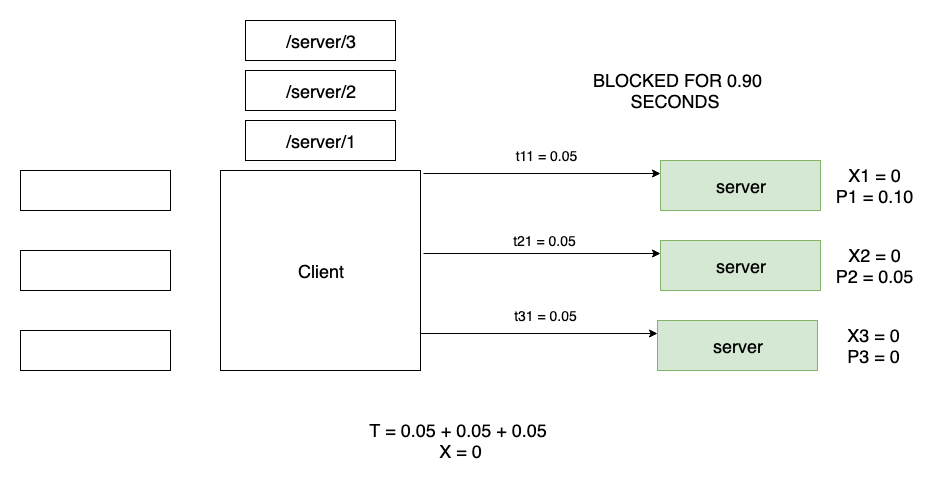
This is decks/grequests-https-talk/images/python-grequests-flow-4.png from saurabh-hirani/slides, a draw.io export, as it was before one commit. Source tidied: cells renumbered, new cells last; positions are measured from the earlier drawing's top-left corner, leaving out a move shared by most shapes. Source of this version:
```xml
<mxGraphModel>
  <root>
    <mxCell id="0" />
    <mxCell id="1" parent="0" />
    <mxCell id="2" style="rounded=0;whiteSpace=wrap;html=1;" parent="1" vertex="1">
      <mxGeometry y="150" width="150" height="40" as="geometry" />
    </mxCell>
    <mxCell id="3" style="rounded=0;whiteSpace=wrap;html=1;" parent="1" vertex="1">
      <mxGeometry y="230" width="150" height="40" as="geometry" />
    </mxCell>
    <mxCell id="4" style="rounded=0;whiteSpace=wrap;html=1;" parent="1" vertex="1">
      <mxGeometry y="310" width="150" height="40" as="geometry" />
    </mxCell>
    <mxCell id="5" value="&lt;font style=&quot;font-size: 18px&quot;&gt;Client&lt;/font&gt;" style="whiteSpace=wrap;html=1;" parent="1" vertex="1">
      <mxGeometry x="200" y="150" width="200" height="200" as="geometry" />
    </mxCell>
    <mxCell id="6" style="edgeStyle=orthogonalEdgeStyle;rounded=0;jettySize=auto;html=1;exitX=1.015;exitY=0.015;exitDx=0;exitDy=0;entryX=0;entryY=0.25;entryDx=0;entryDy=0;exitPerimeter=0;" parent="1" edge="1" source="5" target="7">
      <mxGeometry relative="1" as="geometry" />
    </mxCell>
    <mxCell id="7" value="&lt;span style=&quot;white-space: normal&quot;&gt;&lt;font style=&quot;font-size: 18px&quot;&gt;server&lt;br&gt;&lt;/font&gt;&lt;/span&gt;" style="rounded=0;whiteSpace=wrap;html=1;fillColor=#d5e8d4;strokeColor=#82b366;" parent="1" vertex="1">
      <mxGeometry x="640" y="140" width="160" height="50" as="geometry" />
    </mxCell>
    <object id="8" label="&lt;font style=&quot;font-size: 18px&quot;&gt;T = 0.05 + 0.05 + 0.05&amp;nbsp;&lt;br&gt;X = 0&lt;br&gt;&lt;/font&gt;" name="Variable" placeholders="1">
      <mxCell style="text;html=1;strokeColor=none;fillColor=none;align=center;verticalAlign=middle;whiteSpace=wrap;overflow=hidden;" parent="1" vertex="1">
        <mxGeometry y="390" width="880" height="60" as="geometry" />
      </mxCell>
    </object>
    <mxCell id="9" style="edgeStyle=orthogonalEdgeStyle;rounded=0;jettySize=auto;html=1;exitX=1.015;exitY=0.015;exitDx=0;exitDy=0;entryX=0;entryY=0.25;entryDx=0;entryDy=0;exitPerimeter=0;" parent="1" edge="1" target="10">
      <mxGeometry relative="1" as="geometry">
        <mxPoint x="403" y="233" as="sourcePoint" />
      </mxGeometry>
    </mxCell>
    <mxCell id="10" value="&lt;span style=&quot;white-space: normal&quot;&gt;&lt;font style=&quot;font-size: 18px&quot;&gt;server&lt;br&gt;&lt;/font&gt;&lt;/span&gt;" style="rounded=0;whiteSpace=wrap;html=1;fillColor=#d5e8d4;strokeColor=#82b366;" parent="1" vertex="1">
      <mxGeometry x="640" y="220" width="160" height="50" as="geometry" />
    </mxCell>
    <mxCell id="11" style="edgeStyle=orthogonalEdgeStyle;rounded=0;jettySize=auto;html=1;exitX=1.015;exitY=0.015;exitDx=0;exitDy=0;entryX=0;entryY=0.25;entryDx=0;entryDy=0;exitPerimeter=0;" parent="1" edge="1" target="12">
      <mxGeometry relative="1" as="geometry">
        <mxPoint x="400" y="313" as="sourcePoint" />
      </mxGeometry>
    </mxCell>
    <mxCell id="12" value="&lt;span style=&quot;white-space: normal&quot;&gt;&lt;font style=&quot;font-size: 18px&quot;&gt;server&lt;br&gt;&lt;/font&gt;&lt;/span&gt;" style="rounded=0;whiteSpace=wrap;html=1;fillColor=#d5e8d4;strokeColor=#82b366;" parent="1" vertex="1">
      <mxGeometry x="637" y="300" width="160" height="50" as="geometry" />
    </mxCell>
    <mxCell id="13" value="&lt;span style=&quot;font-size: 18px ; white-space: normal&quot;&gt;/server/1&lt;/span&gt;" style="rounded=0;whiteSpace=wrap;html=1;" parent="1" vertex="1">
      <mxGeometry x="225" y="100" width="150" height="40" as="geometry" />
    </mxCell>
    <mxCell id="14" value="&lt;span style=&quot;font-size: 18px ; white-space: normal&quot;&gt;/server/2&lt;/span&gt;" style="rounded=0;whiteSpace=wrap;html=1;" parent="1" vertex="1">
      <mxGeometry x="225" y="50" width="150" height="40" as="geometry" />
    </mxCell>
    <mxCell id="15" value="&lt;span style=&quot;font-size: 18px ; white-space: normal&quot;&gt;/server/3&lt;/span&gt;" style="rounded=0;whiteSpace=wrap;html=1;" parent="1" vertex="1">
      <mxGeometry x="225" width="150" height="40" as="geometry" />
    </mxCell>
    <object id="16" label="&lt;font style=&quot;font-size: 14px&quot;&gt;t11 = 0.05&lt;/font&gt;" name="Variable" placeholders="1">
      <mxCell style="text;html=1;strokeColor=none;fillColor=none;align=center;verticalAlign=middle;whiteSpace=wrap;overflow=hidden;" parent="1" vertex="1">
        <mxGeometry x="480" y="120" width="90" height="30" as="geometry" />
      </mxCell>
    </object>
    <object id="17" label="&lt;font style=&quot;font-size: 14px&quot;&gt;t21 = 0.05&lt;/font&gt;" name="Variable" placeholders="1">
      <mxCell style="text;html=1;strokeColor=none;fillColor=none;align=center;verticalAlign=middle;whiteSpace=wrap;overflow=hidden;" parent="1" vertex="1">
        <mxGeometry x="479" y="205" width="90" height="30" as="geometry" />
      </mxCell>
    </object>
    <object id="18" label="&lt;font style=&quot;font-size: 14px&quot;&gt;t31 = 0.05&lt;/font&gt;" name="Variable" placeholders="1">
      <mxCell style="text;html=1;strokeColor=none;fillColor=none;align=center;verticalAlign=middle;whiteSpace=wrap;overflow=hidden;" parent="1" vertex="1">
        <mxGeometry x="480" y="280" width="90" height="30" as="geometry" />
      </mxCell>
    </object>
    <object id="19" label="&lt;font style=&quot;font-size: 18px&quot;&gt;X1 = 0&lt;br&gt;P1 = 0.10&lt;/font&gt;" name="Variable" placeholders="1">
      <mxCell style="text;html=1;strokeColor=none;fillColor=none;align=center;verticalAlign=middle;whiteSpace=wrap;overflow=hidden;" parent="1" vertex="1">
        <mxGeometry x="806" y="140" width="94" height="50" as="geometry" />
      </mxCell>
    </object>
    <object id="20" label="&lt;font style=&quot;font-size: 18px&quot;&gt;X2 = 0&lt;br&gt;P2 = 0.05&lt;/font&gt;" name="Variable" placeholders="1">
      <mxCell style="text;html=1;strokeColor=none;fillColor=none;align=center;verticalAlign=middle;whiteSpace=wrap;overflow=hidden;" parent="1" vertex="1">
        <mxGeometry x="806" y="220" width="94" height="50" as="geometry" />
      </mxCell>
    </object>
    <object id="21" label="&lt;font style=&quot;font-size: 18px&quot;&gt;X3 = 0&lt;br&gt;P3 = 0&lt;/font&gt;" name="Variable" placeholders="1">
      <mxCell style="text;html=1;strokeColor=none;fillColor=none;align=center;verticalAlign=middle;whiteSpace=wrap;overflow=hidden;" parent="1" vertex="1">
        <mxGeometry x="806" y="300" width="94" height="50" as="geometry" />
      </mxCell>
    </object>
    <object id="22" label="&lt;font style=&quot;font-size: 18px&quot;&gt;&amp;nbsp;BLOCKED FOR 0.90 SECONDS&lt;/font&gt;" name="Variable" placeholders="1">
      <mxCell style="text;html=1;strokeColor=none;fillColor=none;align=center;verticalAlign=middle;whiteSpace=wrap;overflow=hidden;" parent="1" vertex="1">
        <mxGeometry x="560" y="35" width="190" height="70" as="geometry" />
      </mxCell>
    </object>
  </root>
</mxGraphModel>
```
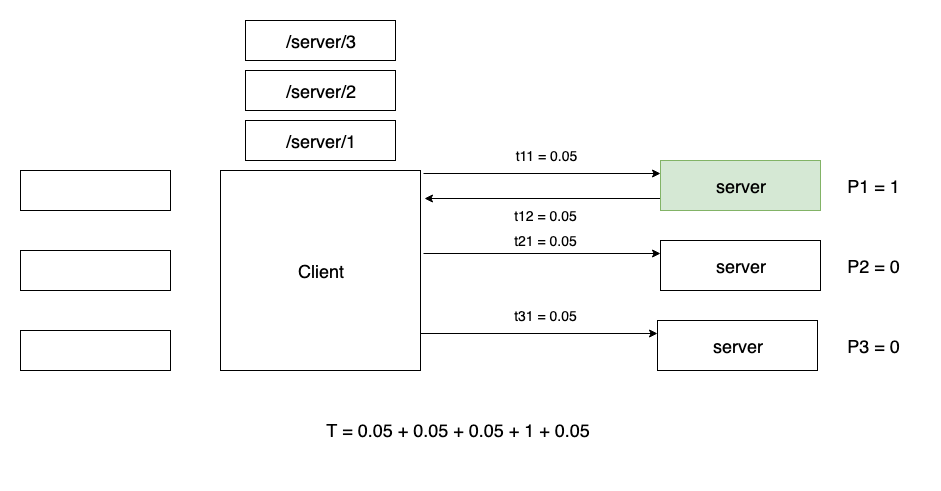
The same diagram one commit later.

What changed in the source:
```diff
@@ -17,10 +17,13 @@
     <mxCell id="6" style="edgeStyle=orthogonalEdgeStyle;rounded=0;jettySize=auto;html=1;exitX=1.015;exitY=0.015;exitDx=0;exitDy=0;entryX=0;entryY=0.25;entryDx=0;entryDy=0;exitPerimeter=0;" parent="1" edge="1" source="5" target="7">
       <mxGeometry relative="1" as="geometry" />
     </mxCell>
+    <mxCell id="23" style="edgeStyle=orthogonalEdgeStyle;rounded=0;jettySize=auto;html=1;exitX=0;exitY=0.75;exitDx=0;exitDy=0;entryX=1.02;entryY=0.14;entryDx=0;entryDy=0;entryPerimeter=0;" parent="1" edge="1" source="7" target="5">
+      <mxGeometry relative="1" as="geometry" />
+    </mxCell>
     <mxCell id="7" value="&lt;span style=&quot;white-space: normal&quot;&gt;&lt;font style=&quot;font-size: 18px&quot;&gt;server&lt;br&gt;&lt;/font&gt;&lt;/span&gt;" style="rounded=0;whiteSpace=wrap;html=1;fillColor=#d5e8d4;strokeColor=#82b366;" parent="1" vertex="1">
       <mxGeometry x="640" y="140" width="160" height="50" as="geometry" />
     </mxCell>
-    <object id="8" label="&lt;font style=&quot;font-size: 18px&quot;&gt;T = 0.05 + 0.05 + 0.05&amp;nbsp;&lt;br&gt;X = 0&lt;br&gt;&lt;/font&gt;" name="Variable" placeholders="1">
+    <object id="8" label="&lt;font style=&quot;font-size: 18px&quot;&gt;T = 0.05 + 0.05 + 0.05 + 1 + 0.05&amp;nbsp;&lt;br&gt;&lt;br&gt;&lt;/font&gt;" name="Variable" placeholders="1">
       <mxCell style="text;html=1;strokeColor=none;fillColor=none;align=center;verticalAlign=middle;whiteSpace=wrap;overflow=hidden;" parent="1" vertex="1">
         <mxGeometry y="390" width="880" height="60" as="geometry" />
       </mxCell>
@@ -30,7 +33,7 @@
         <mxPoint x="403" y="233" as="sourcePoint" />
       </mxGeometry>
     </mxCell>
-    <mxCell id="10" value="&lt;span style=&quot;white-space: normal&quot;&gt;&lt;font style=&quot;font-size: 18px&quot;&gt;server&lt;br&gt;&lt;/font&gt;&lt;/span&gt;" style="rounded=0;whiteSpace=wrap;html=1;fillColor=#d5e8d4;strokeColor=#82b366;" parent="1" vertex="1">
+    <mxCell id="10" value="&lt;span style=&quot;white-space: normal&quot;&gt;&lt;font style=&quot;font-size: 18px&quot;&gt;server&lt;br&gt;&lt;/font&gt;&lt;/span&gt;" style="rounded=0;whiteSpace=wrap;html=1;" parent="1" vertex="1">
       <mxGeometry x="640" y="220" width="160" height="50" as="geometry" />
     </mxCell>
     <mxCell id="11" style="edgeStyle=orthogonalEdgeStyle;rounded=0;jettySize=auto;html=1;exitX=1.015;exitY=0.015;exitDx=0;exitDy=0;entryX=0;entryY=0.25;entryDx=0;entryDy=0;exitPerimeter=0;" parent="1" edge="1" target="12">
@@ -38,7 +41,7 @@
         <mxPoint x="400" y="313" as="sourcePoint" />
       </mxGeometry>
     </mxCell>
-    <mxCell id="12" value="&lt;span style=&quot;white-space: normal&quot;&gt;&lt;font style=&quot;font-size: 18px&quot;&gt;server&lt;br&gt;&lt;/font&gt;&lt;/span&gt;" style="rounded=0;whiteSpace=wrap;html=1;fillColor=#d5e8d4;strokeColor=#82b366;" parent="1" vertex="1">
+    <mxCell id="12" value="&lt;span style=&quot;white-space: normal&quot;&gt;&lt;font style=&quot;font-size: 18px&quot;&gt;server&lt;br&gt;&lt;/font&gt;&lt;/span&gt;" style="rounded=0;whiteSpace=wrap;html=1;" parent="1" vertex="1">
       <mxGeometry x="637" y="300" width="160" height="50" as="geometry" />
     </mxCell>
     <mxCell id="13" value="&lt;span style=&quot;font-size: 18px ; white-space: normal&quot;&gt;/server/1&lt;/span&gt;" style="rounded=0;whiteSpace=wrap;html=1;" parent="1" vertex="1">
@@ -55,9 +58,14 @@
         <mxGeometry x="480" y="120" width="90" height="30" as="geometry" />
       </mxCell>
     </object>
+    <object id="24" label="&lt;font style=&quot;font-size: 14px&quot;&gt;t12 = 0.05&lt;/font&gt;" name="Variable" placeholders="1">
+      <mxCell style="text;html=1;strokeColor=none;fillColor=none;align=center;verticalAlign=middle;whiteSpace=wrap;overflow=hidden;" parent="1" vertex="1">
+        <mxGeometry x="480" y="180" width="90" height="30" as="geometry" />
+      </mxCell>
+    </object>
     <object id="17" label="&lt;font style=&quot;font-size: 14px&quot;&gt;t21 = 0.05&lt;/font&gt;" name="Variable" placeholders="1">
       <mxCell style="text;html=1;strokeColor=none;fillColor=none;align=center;verticalAlign=middle;whiteSpace=wrap;overflow=hidden;" parent="1" vertex="1">
-        <mxGeometry x="479" y="205" width="90" height="30" as="geometry" />
+        <mxGeometry x="480" y="205" width="90" height="30" as="geometry" />
       </mxCell>
     </object>
     <object id="18" label="&lt;font style=&quot;font-size: 14px&quot;&gt;t31 = 0.05&lt;/font&gt;" name="Variable" placeholders="1">
@@ -65,25 +73,20 @@
         <mxGeometry x="480" y="280" width="90" height="30" as="geometry" />
       </mxCell>
     </object>
-    <object id="19" label="&lt;font style=&quot;font-size: 18px&quot;&gt;X1 = 0&lt;br&gt;P1 = 0.10&lt;/font&gt;" name="Variable" placeholders="1">
+    <object id="19" label="&lt;font style=&quot;font-size: 18px&quot;&gt;P1 = 1&lt;/font&gt;" name="Variable" placeholders="1">
       <mxCell style="text;html=1;strokeColor=none;fillColor=none;align=center;verticalAlign=middle;whiteSpace=wrap;overflow=hidden;" parent="1" vertex="1">
         <mxGeometry x="806" y="140" width="94" height="50" as="geometry" />
       </mxCell>
     </object>
-    <object id="20" label="&lt;font style=&quot;font-size: 18px&quot;&gt;X2 = 0&lt;br&gt;P2 = 0.05&lt;/font&gt;" name="Variable" placeholders="1">
+    <object id="20" label="&lt;font style=&quot;font-size: 18px&quot;&gt;P2 = 0&lt;/font&gt;" name="Variable" placeholders="1">
       <mxCell style="text;html=1;strokeColor=none;fillColor=none;align=center;verticalAlign=middle;whiteSpace=wrap;overflow=hidden;" parent="1" vertex="1">
         <mxGeometry x="806" y="220" width="94" height="50" as="geometry" />
       </mxCell>
     </object>
-    <object id="21" label="&lt;font style=&quot;font-size: 18px&quot;&gt;X3 = 0&lt;br&gt;P3 = 0&lt;/font&gt;" name="Variable" placeholders="1">
+    <object id="21" label="&lt;font style=&quot;font-size: 18px&quot;&gt;P3 = 0&lt;/font&gt;" name="Variable" placeholders="1">
       <mxCell style="text;html=1;strokeColor=none;fillColor=none;align=center;verticalAlign=middle;whiteSpace=wrap;overflow=hidden;" parent="1" vertex="1">
         <mxGeometry x="806" y="300" width="94" height="50" as="geometry" />
       </mxCell>
     </object>
-    <object id="22" label="&lt;font style=&quot;font-size: 18px&quot;&gt;&amp;nbsp;BLOCKED FOR 0.90 SECONDS&lt;/font&gt;" name="Variable" placeholders="1">
-      <mxCell style="text;html=1;strokeColor=none;fillColor=none;align=center;verticalAlign=middle;whiteSpace=wrap;overflow=hidden;" parent="1" vertex="1">
-        <mxGeometry x="560" y="35" width="190" height="70" as="geometry" />
-      </mxCell>
-    </object>
   </root>
 </mxGraphModel>
```
